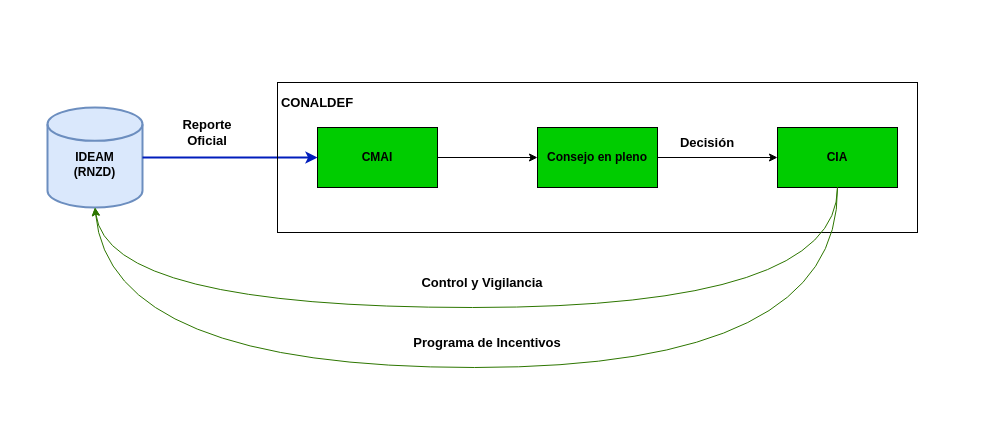
This is page "Schemas-RNZD" (2 of 2) of Data-flow.drawio from jcmartinmu/bayes_cluster, a draw.io file, before an edit. Source tidied: cells renumbered, new cells numbered last; positions are measured from the earlier drawing's top-left corner, leaving out a move shared by most shapes. Both pictures are drawn from the tidied source at 100%, with x=0, y=0 at pixel (47, 82).
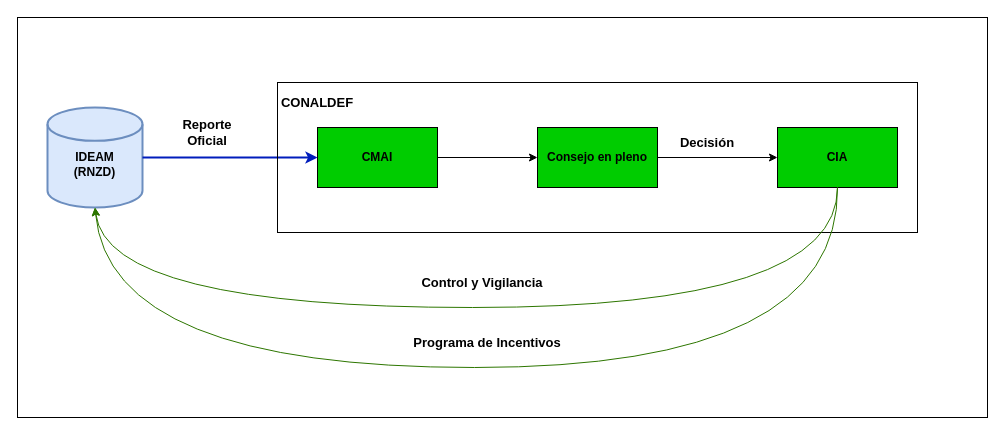
Above is the later version.

The edit, as a diff of the source:
```diff
@@
+    <mxCell id="17" style="rounded=0;whiteSpace=wrap;html=1;fillColor=none;" parent="1" vertex="1">
+      <mxGeometry x="-30" y="-65" width="970" height="400" as="geometry" />
+    </mxCell>
```
